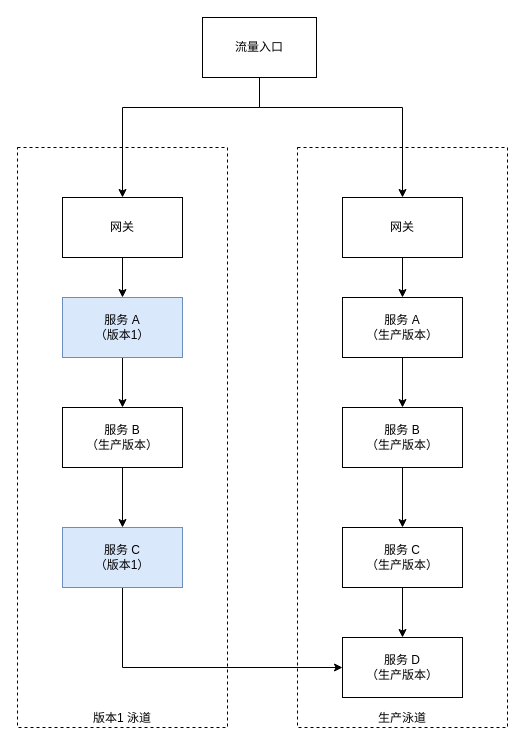
Earlier version of the draw.io diagram page "第 1 页 的副本" (2 of 5) of im/im-grey.drawio (novayoung/draw). Source tidied: cells renumbered, new cells numbered last; positions are measured from the earlier drawing's top-left corner, leaving out a move shared by most shapes. Both pictures are drawn from the tidied source at 100%, with x=0, y=0 at pixel (12, 17).
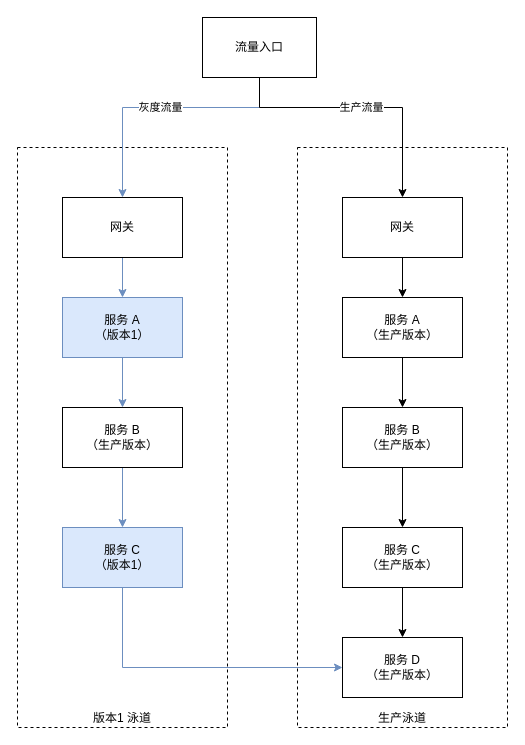
The same page after the edit.

The change refers to these unchanged cells:
```xml
<mxCell id="6" value="流量入口" style="rounded=0;whiteSpace=wrap;html=1;" parent="1" vertex="1">
  <mxGeometry x="190" width="114" height="60" as="geometry" />
</mxCell>
<mxCell id="10" value="网关" style="rounded=0;whiteSpace=wrap;html=1;" parent="1" vertex="1">
  <mxGeometry x="330" y="180" width="120" height="60" as="geometry" />
</mxCell>
<mxCell id="12" value="服务 A&lt;br&gt;（版本1）" style="rounded=0;whiteSpace=wrap;html=1;fillColor=#dae8fc;strokeColor=#6c8ebf;" parent="1" vertex="1">
  <mxGeometry x="50" y="280" width="120" height="60" as="geometry" />
</mxCell>
<mxCell id="14" value="网关" style="rounded=0;whiteSpace=wrap;html=1;" parent="1" vertex="1">
  <mxGeometry x="50" y="180" width="120" height="60" as="geometry" />
</mxCell>
<mxCell id="21" value="服务 B&lt;br&gt;（生产版本）" style="rounded=0;whiteSpace=wrap;html=1;" parent="1" vertex="1">
  <mxGeometry x="50" y="390" width="120" height="60" as="geometry" />
</mxCell>
<mxCell id="22" value="服务 D&lt;br&gt;（生产版本）" style="rounded=0;whiteSpace=wrap;html=1;" parent="1" vertex="1">
  <mxGeometry x="330" y="620" width="120" height="60" as="geometry" />
</mxCell>
<mxCell id="24" value="服务 C&lt;br&gt;（版本1）" style="rounded=0;whiteSpace=wrap;html=1;fillColor=#dae8fc;strokeColor=#6c8ebf;" parent="1" vertex="1">
  <mxGeometry x="50" y="510" width="120" height="60" as="geometry" />
</mxCell>
```

What changed in the source:
```diff
@@
-    <mxCell id="4" style="edgeStyle=orthogonalEdgeStyle;rounded=0;jettySize=auto;html=1;fontColor=#000000;strokeColor=#000000;exitX=0.5;exitY=1;exitDx=0;exitDy=0;" parent="1" edge="1" source="6" target="14">
+    <mxCell id="4" value="灰度流量" style="edgeStyle=orthogonalEdgeStyle;rounded=0;jettySize=auto;html=1;fontColor=#000000;strokeColor=#6c8ebf;exitX=0.5;exitY=1;exitDx=0;exitDy=0;fillColor=#dae8fc;" parent="1" edge="1" source="6" target="14">
       <mxGeometry relative="1" as="geometry">
         <Array as="points">
           <mxPoint x="247" y="90" />
           <mxPoint x="110" y="90" />
         </Array>
       </mxGeometry>
     </mxCell>
-    <mxCell id="5" style="edgeStyle=orthogonalEdgeStyle;rounded=0;jettySize=auto;html=1;fontColor=#000000;strokeColor=#000000;" parent="1" edge="1" target="10">
+    <mxCell id="5" value="生产流量" style="edgeStyle=orthogonalEdgeStyle;rounded=0;jettySize=auto;html=1;fontColor=#000000;strokeColor=#000000;" parent="1" edge="1" target="10">
       <mxGeometry relative="1" as="geometry">
         <mxPoint x="247" y="60" as="sourcePoint" />
         <Array as="points">
           <mxPoint x="247" y="90" />
           <mxPoint x="390" y="90" />
         </Array>
       </mxGeometry>
     </mxCell>
@@
-    <mxCell id="11" style="edgeStyle=orthogonalEdgeStyle;rounded=0;jettySize=auto;html=1;" parent="1" edge="1" source="12" target="21">
+    <mxCell id="11" style="edgeStyle=orthogonalEdgeStyle;rounded=0;jettySize=auto;html=1;fillColor=#dae8fc;strokeColor=#6c8ebf;" parent="1" edge="1" source="12" target="21">
       <mxGeometry relative="1" as="geometry" />
     </mxCell>
@@
-    <mxCell id="13" style="edgeStyle=orthogonalEdgeStyle;rounded=0;jettySize=auto;html=1;entryX=0.5;entryY=0;entryDx=0;entryDy=0;" parent="1" edge="1" source="14" target="12">
+    <mxCell id="13" style="edgeStyle=orthogonalEdgeStyle;rounded=0;jettySize=auto;html=1;entryX=0.5;entryY=0;entryDx=0;entryDy=0;fillColor=#dae8fc;strokeColor=#6c8ebf;" parent="1" edge="1" source="14" target="12">
       <mxGeometry relative="1" as="geometry" />
     </mxCell>
@@
-    <mxCell id="20" style="edgeStyle=orthogonalEdgeStyle;rounded=0;jettySize=auto;html=1;" parent="1" edge="1" source="21" target="24">
+    <mxCell id="20" style="edgeStyle=orthogonalEdgeStyle;rounded=0;jettySize=auto;html=1;fillColor=#dae8fc;strokeColor=#6c8ebf;" parent="1" edge="1" source="21" target="24">
       <mxGeometry relative="1" as="geometry" />
     </mxCell>
@@
-    <mxCell id="23" style="edgeStyle=orthogonalEdgeStyle;rounded=0;jettySize=auto;html=1;entryX=0;entryY=0.5;entryDx=0;entryDy=0;exitX=0.5;exitY=1;exitDx=0;exitDy=0;" parent="1" edge="1" source="24" target="22">
+    <mxCell id="23" style="edgeStyle=orthogonalEdgeStyle;rounded=0;jettySize=auto;html=1;entryX=0;entryY=0.5;entryDx=0;entryDy=0;exitX=0.5;exitY=1;exitDx=0;exitDy=0;fillColor=#dae8fc;strokeColor=#6c8ebf;" parent="1" edge="1" source="24" target="22">
       <mxGeometry relative="1" as="geometry" />
     </mxCell>
```
